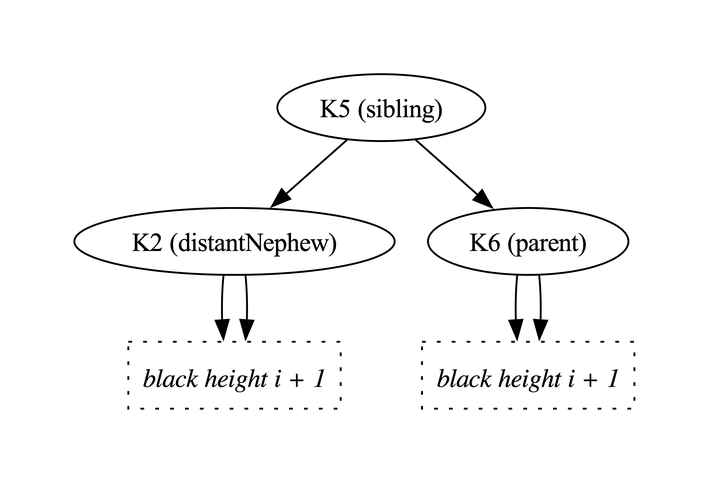
This is Fw/DataStructures/docs/diagrams/removeBlackLeafNode/red-close-nephew-3.png from nasa/fprime, a Graphviz export, as it was before one commit. Its source is kept beside it as Fw/DataStructures/docs/diagrams/removeBlackLeafNode/red-close-nephew-3.dot.
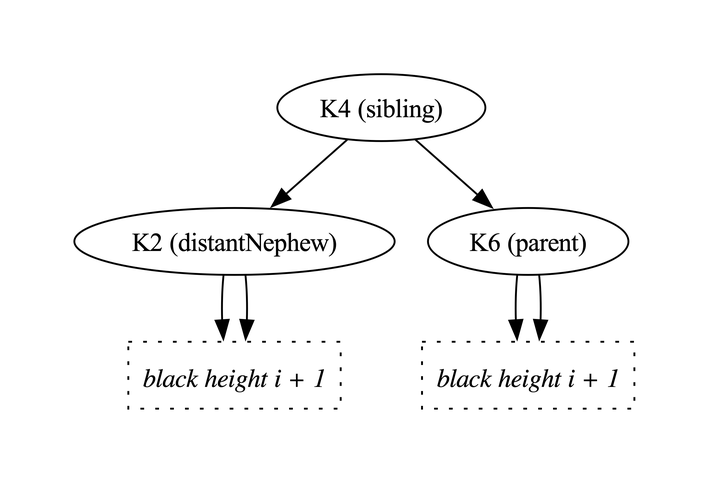
After the commit.

Change to the diagram source:
```diff
@@ -1,7 +1,7 @@
 digraph {
 
-  K5 -> K2
-  K5 -> K6
+  K4 -> K2
+  K4 -> K6
 
   K2 -> BH1
   K2 -> BH1
@@ -10,7 +10,7 @@
   K6 -> BH2
 
   K2 [label="K2 (distantNephew)"]
-  K5 [label="K5 (sibling)"]
+  K4 [label="K4 (sibling)"]
   K6 [label="K6 (parent)"]
 
   BH1 [shape="box",label="black height i + 1",style="dotted",fontname="Italic"]
```
